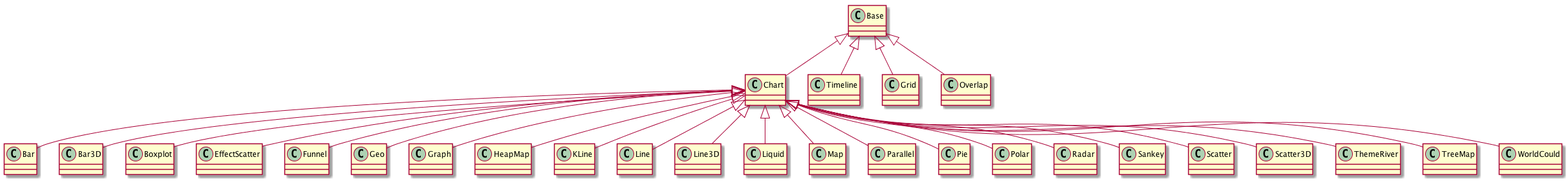
Earlier version of the PlantUML export images/class-relationship-diagram.png (pyecharts/pyecharts).
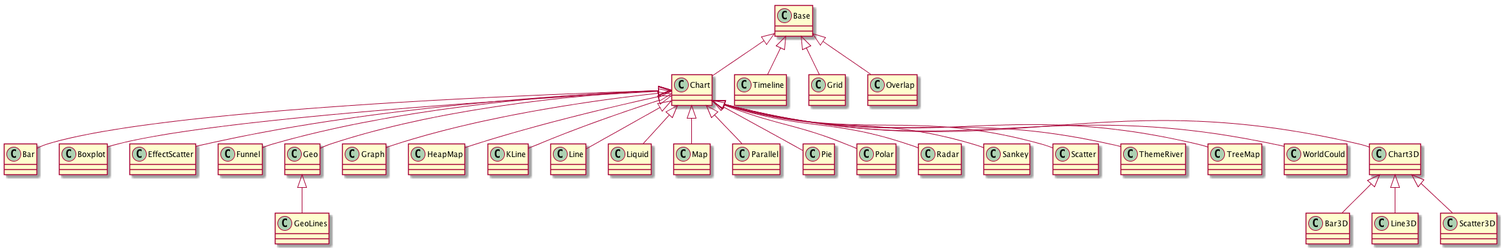
Above is the later version.

Change to the diagram source:
```diff
@@ -4,7 +4,6 @@
 Base <|-- Grid
 Base <|-- Overlap
 Chart <|-- Bar
-Chart <|-- Bar3D
 Chart <|-- Boxplot
 Chart <|-- EffectScatter
 Chart <|-- Funnel
@@ -13,7 +12,6 @@
 Chart <|-- HeapMap
 Chart <|-- KLine
 Chart <|-- Line
-Chart <|-- Line3D
 Chart <|-- Liquid
 Chart <|-- Map
 Chart <|-- Parallel
@@ -22,8 +20,15 @@
 Chart <|-- Radar
 Chart <|-- Sankey
 Chart <|-- Scatter
-Chart <|-- Scatter3D
 Chart <|-- ThemeRiver
 Chart <|-- TreeMap
 Chart <|-- WorldCould
+Chart <|-- Chart3D
+
+Chart3D <|-- Bar3D
+Chart3D <|-- Line3D
+Chart3D <|-- Scatter3D
+
+Geo <|-- GeoLines
+
 @enduml
```
